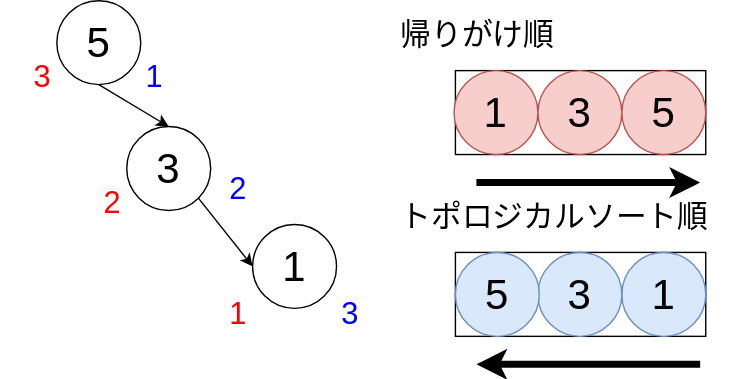
The draw.io diagram static/img/svg/Algorithm/topological-sort/topological-sort-8.drawio.svg in koseki2580/study-docs, before a commit. Source tidied: cells renumbered, new cells last; positions are measured from the earlier drawing's top-left corner, leaving out a move shared by most shapes.
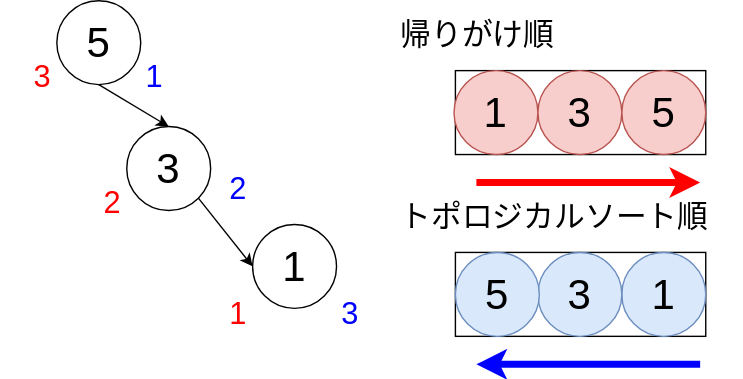
The same diagram one commit later.

The edit, as a diff of the source:
```diff
@@ -56,13 +56,13 @@
     <mxCell id="19" value="トポロジカルソート順" style="text;html=1;strokeColor=none;fillColor=none;align=left;verticalAlign=middle;whiteSpace=wrap;rounded=0;fontSize=22;fontColor=#000000;" parent="1" vertex="1">
       <mxGeometry x="284" y="140" width="246" height="30" as="geometry" />
     </mxCell>
-    <mxCell id="20" style="endArrow=classic;html=1;fontSize=22;fontColor=#000000;strokeColor=#000000;strokeWidth=5;" parent="1" edge="1">
+    <mxCell id="20" style="endArrow=classic;html=1;fontSize=22;fontColor=#000000;strokeColor=#FF0000;strokeWidth=5;fillColor=#f8cecc;" parent="1" edge="1">
       <mxGeometry relative="1" as="geometry">
         <mxPoint x="340" y="130" as="sourcePoint" />
         <mxPoint x="500" y="130" as="targetPoint" />
       </mxGeometry>
     </mxCell>
-    <mxCell id="21" style="endArrow=classic;html=1;fontSize=22;fontColor=#000000;strokeColor=#000000;strokeWidth=5;" parent="1" edge="1">
+    <mxCell id="21" style="endArrow=classic;html=1;fontSize=22;fontColor=#000000;strokeColor=#0000FF;strokeWidth=5;" parent="1" edge="1">
       <mxGeometry relative="1" as="geometry">
         <mxPoint x="500" y="260" as="sourcePoint" />
         <mxPoint x="340" y="260" as="targetPoint" />
```
